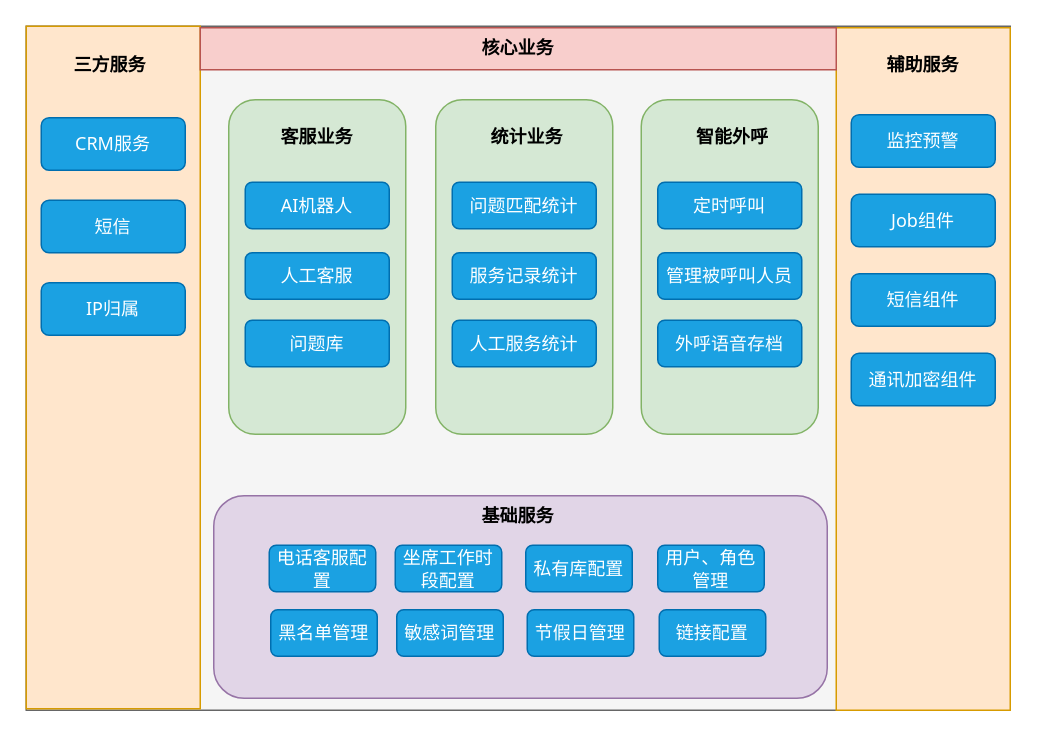
Earlier version of the draw.io diagram 客服业务架构.drawio (ammengke/my-drawio). Source tidied: cells renumbered, new cells numbered last; positions are measured from the earlier drawing's top-left corner, leaving out a move shared by most shapes. Both pictures are drawn from the tidied source at 150%, with x=0, y=0 at pixel (26, 26).
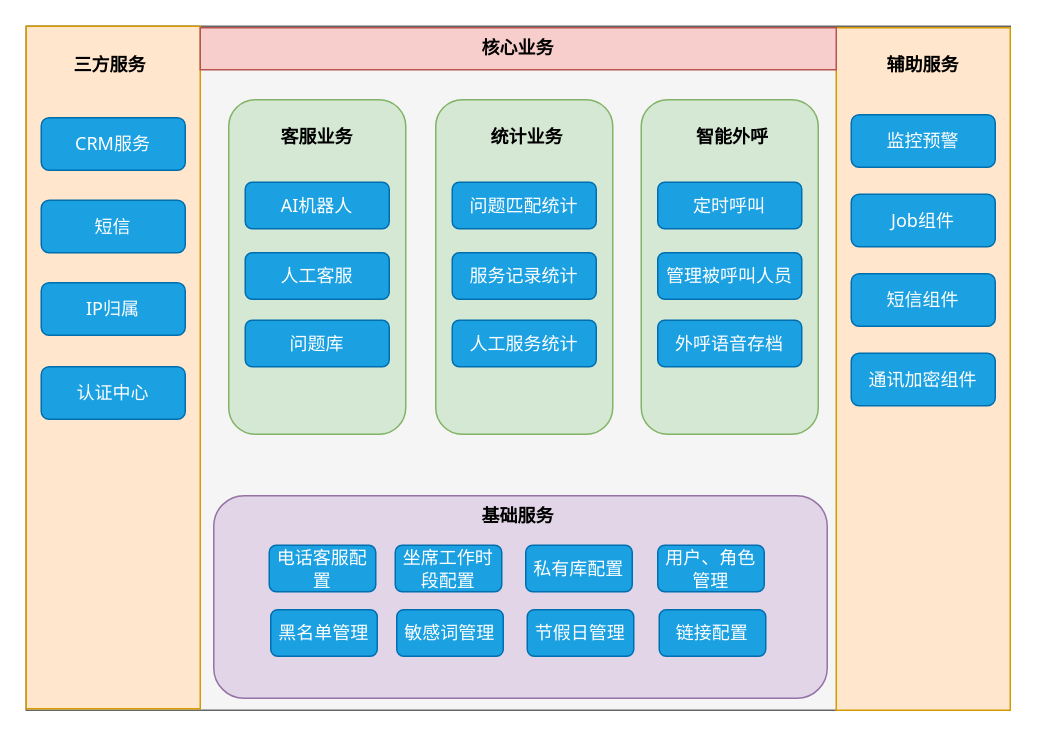
Above is the later version.

Commit message:
更新客服业务架构.drawio

Diff of the diagram source:
```diff
@@
+    <mxCell id="40" value="认证中心" style="rounded=1;whiteSpace=wrap;html=1;fillColor=#1ba1e2;fontColor=#ffffff;strokeColor=#006EAF;fontFamily=Tahoma;" parent="1" vertex="1">
+      <mxGeometry x="10" y="227" width="96" height="35" as="geometry" />
+    </mxCell>
```
